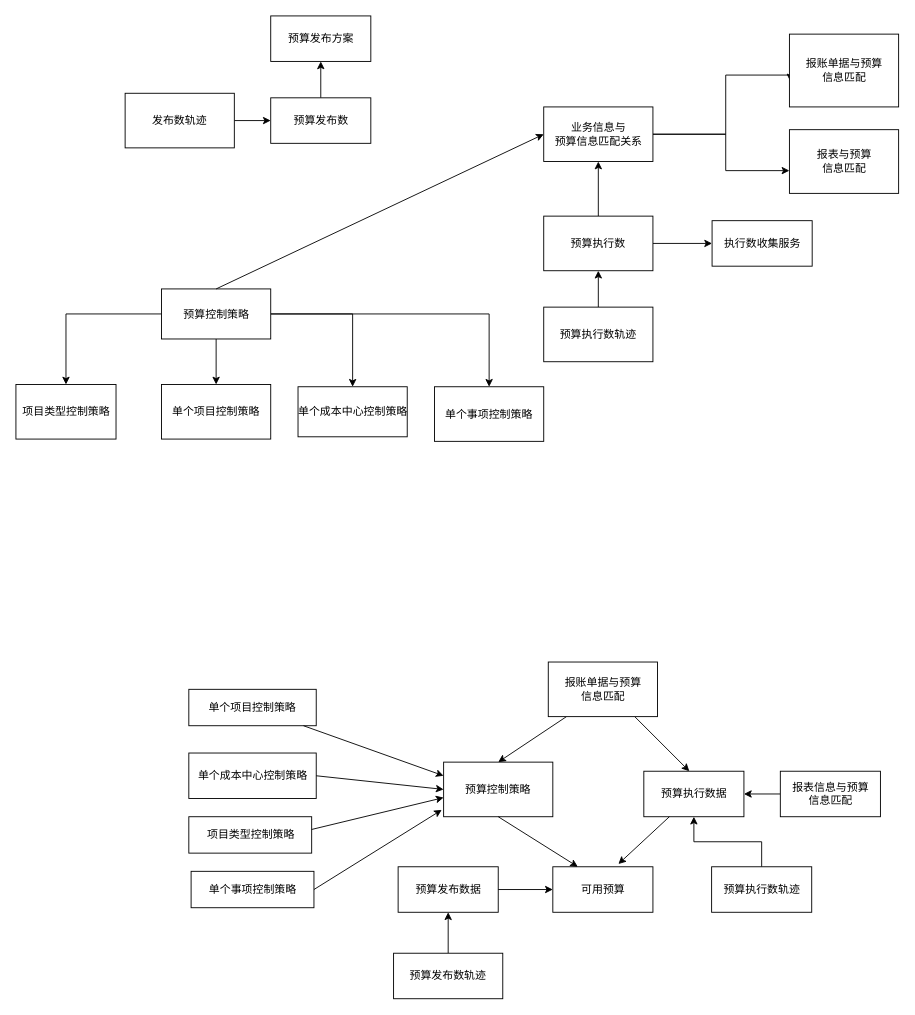
Before: Untitled Diagram.drawio in jeffers3n/dev-diagrams, a draw.io diagram. Source tidied: cells renumbered, new cells numbered last; positions are measured from the earlier drawing's top-left corner, leaving out a move shared by most shapes. Both pictures are drawn from the tidied source at 91%, with x=0, y=0 at pixel (15, 15).
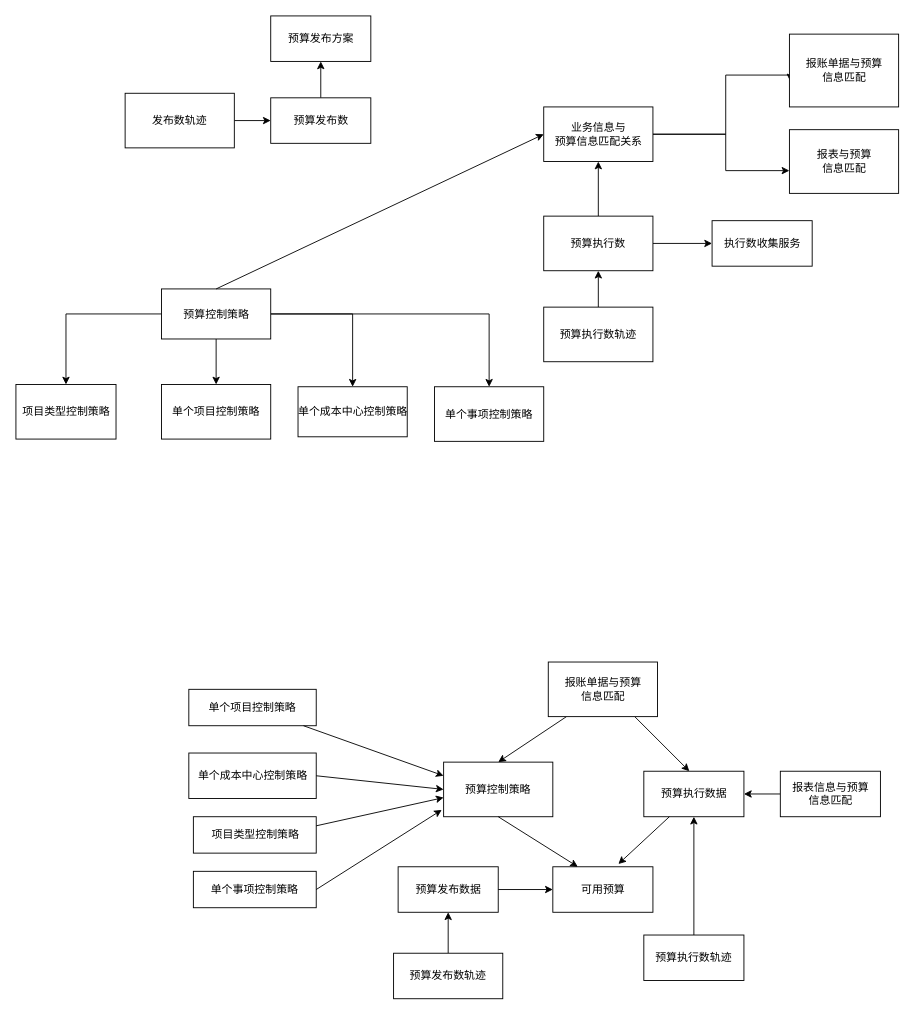
After the change.

Change to the diagram source:
```diff
@@
     <mxCell id="42" value="单个事项控制策略" style="whiteSpace=wrap;html=1;fillColor=rgb(255, 255, 255);strokeColor=rgb(0, 0, 0);fontColor=rgb(0, 0, 0);" parent="1" vertex="1">
-      <mxGeometry x="192.5" y="940" width="135" height="40" as="geometry" />
+      <mxGeometry x="195" y="940" width="135" height="40" as="geometry" />
     </mxCell>
     <mxCell id="43" value="项目类型控制策略" style="html=1;fillColor=rgb(255, 255, 255);strokeColor=rgb(0, 0, 0);fontColor=rgb(0, 0, 0);" parent="1" vertex="1">
-      <mxGeometry x="190" y="880" width="135" height="40" as="geometry" />
+      <mxGeometry x="195" y="880" width="135" height="40" as="geometry" />
     </mxCell>
@@
-    <mxCell id="46" style="endArrow=classic;html=1;rounded=0;exitX=1;exitY=0.5;exitDx=0;exitDy=0;entryX=0;entryY=0.75;entryDx=0;entryDy=0;" parent="1" edge="1">
+    <mxCell id="46" style="endArrow=classic;html=1;rounded=0;entryX=0;entryY=0.75;entryDx=0;entryDy=0;exitX=1;exitY=0.25;exitDx=0;exitDy=0;" parent="1" edge="1" source="43">
       <mxGeometry relative="1" as="geometry">
-        <mxPoint x="325" y="894" as="sourcePoint" />
         <mxPoint x="470" y="859" as="targetPoint" />
       </mxGeometry>
     </mxCell>
@@
     <mxCell id="49" value="预算执行数轨迹" style="rounded=0;whiteSpace=wrap;html=1;" parent="1" vertex="1">
-      <mxGeometry x="764.5" y="935" width="110" height="50" as="geometry" />
+      <mxGeometry x="690" y="1010" width="110" height="50" as="geometry" />
     </mxCell>
```
